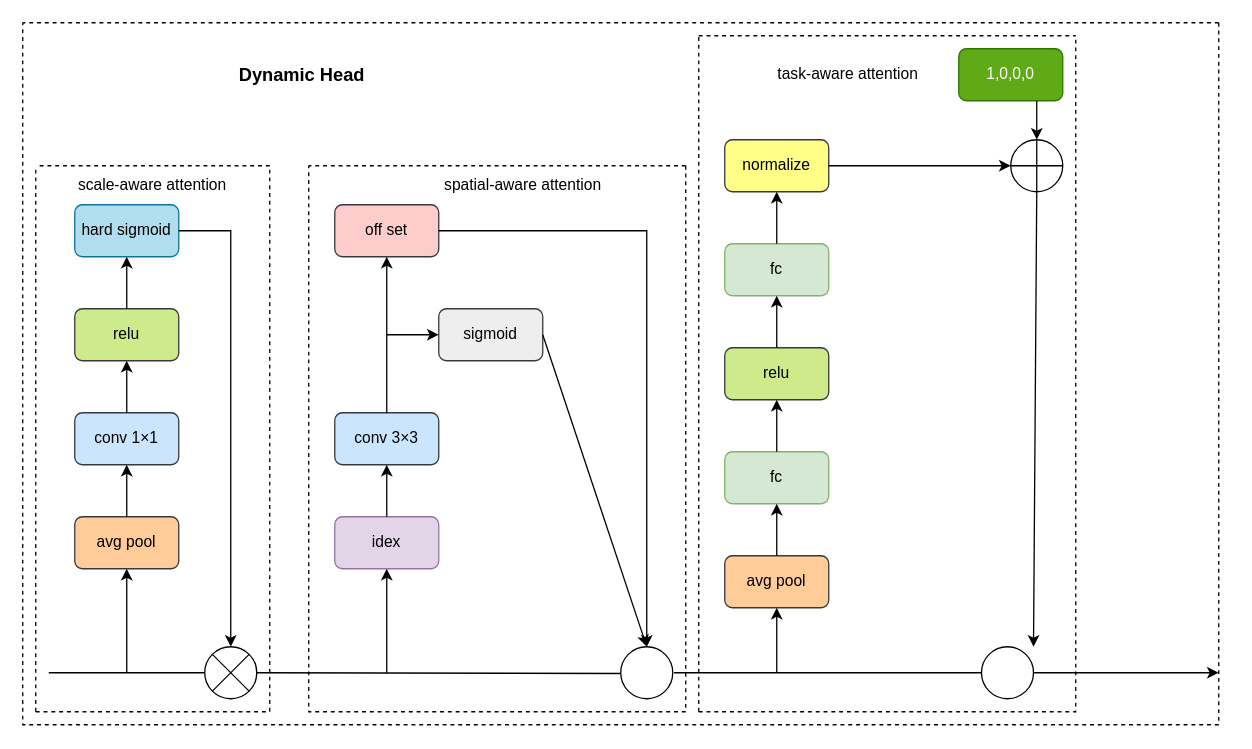
Before: DyHead.drawio in lgq622/long, a draw.io diagram. Source tidied: cells renumbered, new cells numbered last; positions are measured from the earlier drawing's top-left corner, leaving out a move shared by most shapes. Both pictures are drawn from the tidied source at 130%, with x=0, y=0 at pixel (22, 22).
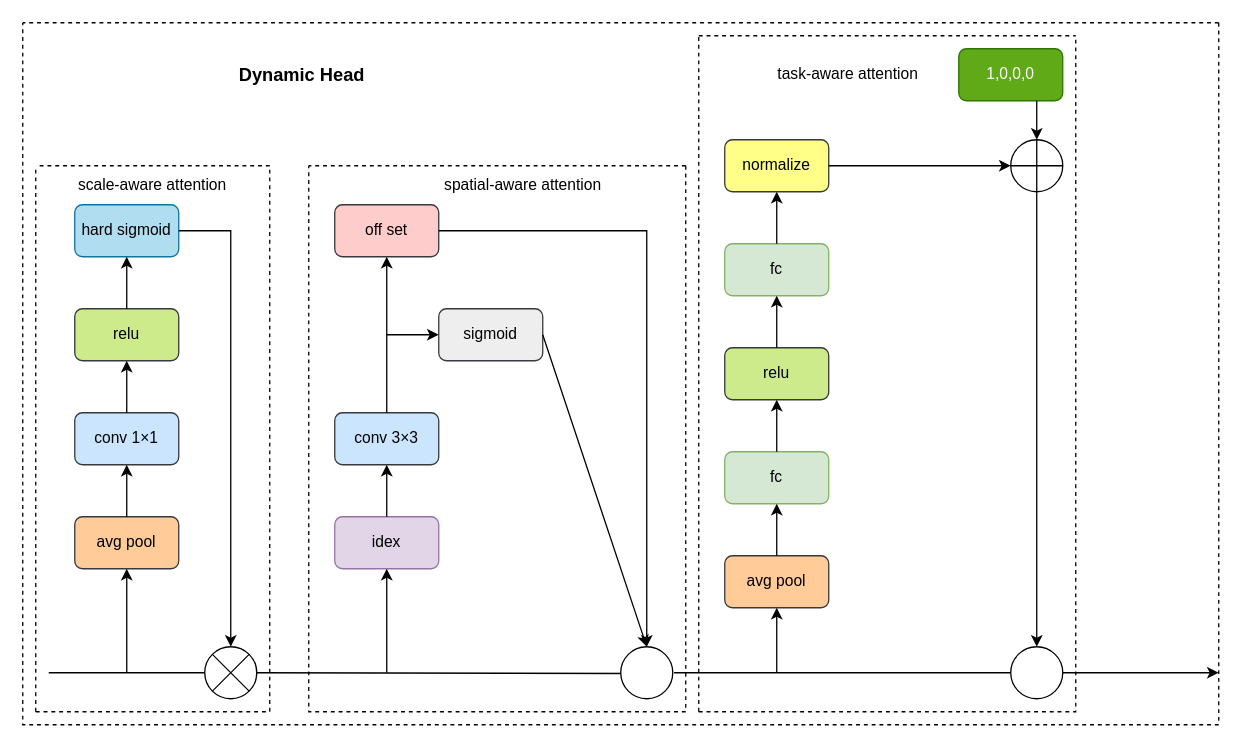
After the change.

The edit, as a diff of the source:
```diff
@@
-    <mxCell id="34" style="endArrow=classic;html=1;rounded=0;entryX=0.5;entryY=0;entryDx=0;entryDy=0;" parent="1" edge="1">
+    <mxCell id="34" style="endArrow=classic;html=1;rounded=0;entryX=0.5;entryY=0;entryDx=0;entryDy=0;" parent="1" edge="1" target="45">
       <mxGeometry relative="1" as="geometry">
         <mxPoint x="780" y="130" as="sourcePoint" />
-        <mxPoint x="777.5" y="480" as="targetPoint" />
       </mxGeometry>
     </mxCell>
@@
-    <mxCell id="44" style="endArrow=none;html=1;rounded=0;" parent="1" edge="1">
+    <mxCell id="44" style="endArrow=none;html=1;rounded=0;entryX=0;entryY=0.5;entryDx=0;entryDy=0;" parent="1" edge="1" target="45">
       <mxGeometry relative="1" as="geometry">
         <mxPoint x="501" y="500" as="sourcePoint" />
-        <mxPoint x="740" y="500" as="targetPoint" />
       </mxGeometry>
     </mxCell>
-    <mxCell id="45" style="ellipse;whiteSpace=wrap;html=1;" parent="1" vertex="1">
-      <mxGeometry x="737.5" y="480" width="40" height="40" as="geometry" />
-    </mxCell>
-    <mxCell id="46" style="endArrow=classic;html=1;rounded=0;" parent="1" edge="1">
+    <mxCell id="46" style="endArrow=classic;html=1;rounded=0;" parent="1" edge="1" source="45">
       <mxGeometry relative="1" as="geometry">
-        <mxPoint x="778" y="500" as="sourcePoint" />
         <mxPoint x="920" y="500" as="targetPoint" />
       </mxGeometry>
     </mxCell>
@@
+    <mxCell id="60" style="endArrow=classic;html=1;rounded=0;" parent="1" edge="1" target="45">
+      <mxGeometry relative="1" as="geometry">
+        <mxPoint x="778" y="500" as="sourcePoint" />
+      </mxGeometry>
+    </mxCell>
+    <mxCell id="45" style="ellipse;whiteSpace=wrap;html=1;" parent="1" vertex="1">
+      <mxGeometry x="760" y="480" width="40" height="40" as="geometry" />
+    </mxCell>
```
